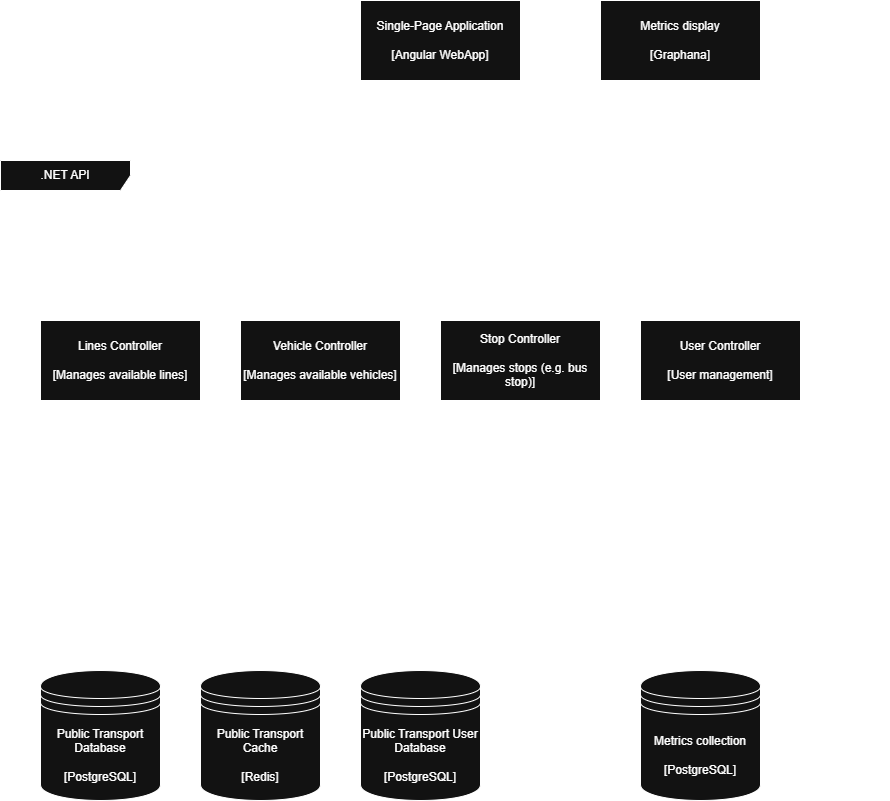
The draw.io diagram docs/images/ComponentDiagram.png in Noweli/public-transport-app, before a commit. Source tidied: cells renumbered, new cells last; positions are measured from the earlier drawing's top-left corner, leaving out a move shared by most shapes. The source it was exported from:
```xml
<mxGraphModel>
  <root>
    <mxCell id="0" />
    <mxCell id="1" parent="0" />
    <mxCell id="2" style="edgeStyle=orthogonalEdgeStyle;rounded=0;jettySize=auto;html=1;exitX=0.5;exitY=1;exitDx=0;exitDy=0;entryX=0.5;entryY=0;entryDx=0;entryDy=0;startArrow=classic;startFill=1;" parent="1" edge="1" source="6" target="9">
      <mxGeometry relative="1" as="geometry" />
    </mxCell>
    <mxCell id="3" style="edgeStyle=orthogonalEdgeStyle;rounded=0;jettySize=auto;html=1;exitX=0.5;exitY=1;exitDx=0;exitDy=0;entryX=0.5;entryY=0;entryDx=0;entryDy=0;startArrow=classic;startFill=1;" parent="1" edge="1" source="6" target="12">
      <mxGeometry relative="1" as="geometry" />
    </mxCell>
    <mxCell id="4" style="edgeStyle=orthogonalEdgeStyle;rounded=0;jettySize=auto;html=1;exitX=0.5;exitY=1;exitDx=0;exitDy=0;entryX=0.5;entryY=0;entryDx=0;entryDy=0;startArrow=classic;startFill=1;" parent="1" edge="1" source="6" target="15">
      <mxGeometry relative="1" as="geometry" />
    </mxCell>
    <mxCell id="5" style="edgeStyle=orthogonalEdgeStyle;rounded=0;jettySize=auto;html=1;exitX=0.5;exitY=1;exitDx=0;exitDy=0;entryX=0.5;entryY=0;entryDx=0;entryDy=0;startArrow=classic;startFill=1;" parent="1" edge="1" source="6" target="17">
      <mxGeometry relative="1" as="geometry" />
    </mxCell>
    <mxCell id="6" value="Single-Page Application&lt;div&gt;&lt;br&gt;&lt;/div&gt;&lt;div&gt;[Angular WebApp]&lt;/div&gt;" style="rounded=0;whiteSpace=wrap;html=1;" parent="1" vertex="1">
      <mxGeometry x="360" width="160" height="80" as="geometry" />
    </mxCell>
    <mxCell id="7" style="edgeStyle=orthogonalEdgeStyle;rounded=0;jettySize=auto;html=1;exitX=0.5;exitY=1;exitDx=0;exitDy=0;entryX=0.5;entryY=0;entryDx=0;entryDy=0;startArrow=classic;startFill=1;" parent="1" edge="1" source="9" target="19">
      <mxGeometry relative="1" as="geometry">
        <Array as="points">
          <mxPoint x="120" y="560" />
          <mxPoint x="100" y="560" />
        </Array>
      </mxGeometry>
    </mxCell>
    <mxCell id="8" style="edgeStyle=orthogonalEdgeStyle;rounded=0;jettySize=auto;html=1;exitX=0.75;exitY=1;exitDx=0;exitDy=0;entryX=0.5;entryY=0;entryDx=0;entryDy=0;startArrow=classic;startFill=1;" parent="1" edge="1" source="9" target="18">
      <mxGeometry relative="1" as="geometry">
        <Array as="points">
          <mxPoint x="160" y="520" />
          <mxPoint x="260" y="520" />
        </Array>
      </mxGeometry>
    </mxCell>
    <mxCell id="9" value="Lines Controller&lt;div&gt;&lt;br&gt;&lt;/div&gt;&lt;div&gt;[Manages available lines]&lt;/div&gt;" style="rounded=0;whiteSpace=wrap;html=1;" parent="1" vertex="1">
      <mxGeometry x="40" y="320" width="160" height="80" as="geometry" />
    </mxCell>
    <mxCell id="10" style="edgeStyle=orthogonalEdgeStyle;rounded=0;jettySize=auto;html=1;exitX=0.5;exitY=1;exitDx=0;exitDy=0;entryX=0.5;entryY=0;entryDx=0;entryDy=0;startArrow=classic;startFill=1;" parent="1" edge="1" source="12" target="19">
      <mxGeometry relative="1" as="geometry">
        <Array as="points">
          <mxPoint x="320" y="560" />
          <mxPoint x="100" y="560" />
        </Array>
      </mxGeometry>
    </mxCell>
    <mxCell id="11" style="edgeStyle=orthogonalEdgeStyle;rounded=0;jettySize=auto;html=1;exitX=0.75;exitY=1;exitDx=0;exitDy=0;entryX=0.5;entryY=0;entryDx=0;entryDy=0;startArrow=classic;startFill=1;" parent="1" edge="1" source="12" target="18">
      <mxGeometry relative="1" as="geometry">
        <Array as="points">
          <mxPoint x="360" y="520" />
          <mxPoint x="260" y="520" />
        </Array>
      </mxGeometry>
    </mxCell>
    <mxCell id="12" value="Vehicle Controller&lt;div&gt;&lt;br&gt;&lt;/div&gt;&lt;div&gt;[Manages available vehicles]&lt;/div&gt;" style="rounded=0;whiteSpace=wrap;html=1;" parent="1" vertex="1">
      <mxGeometry x="240" y="320" width="160" height="80" as="geometry" />
    </mxCell>
    <mxCell id="13" style="edgeStyle=orthogonalEdgeStyle;rounded=0;jettySize=auto;html=1;exitX=0.5;exitY=1;exitDx=0;exitDy=0;entryX=0.5;entryY=0;entryDx=0;entryDy=0;startArrow=classic;startFill=1;" parent="1" edge="1" source="15" target="19">
      <mxGeometry relative="1" as="geometry">
        <Array as="points">
          <mxPoint x="520" y="560" />
          <mxPoint x="100" y="560" />
        </Array>
      </mxGeometry>
    </mxCell>
    <mxCell id="14" style="edgeStyle=orthogonalEdgeStyle;rounded=0;jettySize=auto;html=1;exitX=0.25;exitY=1;exitDx=0;exitDy=0;entryX=0.5;entryY=0;entryDx=0;entryDy=0;startArrow=classic;startFill=1;" parent="1" edge="1" source="15" target="18">
      <mxGeometry relative="1" as="geometry">
        <Array as="points">
          <mxPoint x="480" y="520" />
          <mxPoint x="260" y="520" />
        </Array>
      </mxGeometry>
    </mxCell>
    <mxCell id="15" value="Stop Controller&lt;div&gt;&lt;br&gt;&lt;/div&gt;&lt;div&gt;[Manages stops (e.g. bus stop)]&lt;/div&gt;" style="rounded=0;whiteSpace=wrap;html=1;" parent="1" vertex="1">
      <mxGeometry x="440" y="320" width="160" height="80" as="geometry" />
    </mxCell>
    <mxCell id="16" style="edgeStyle=orthogonalEdgeStyle;rounded=0;jettySize=auto;html=1;exitX=0.5;exitY=1;exitDx=0;exitDy=0;entryX=0.5;entryY=0;entryDx=0;entryDy=0;" parent="1" edge="1" source="17" target="20">
      <mxGeometry relative="1" as="geometry">
        <Array as="points">
          <mxPoint x="720" y="600" />
          <mxPoint x="420" y="600" />
        </Array>
      </mxGeometry>
    </mxCell>
    <mxCell id="17" value="User Controller&lt;div&gt;&lt;br&gt;&lt;/div&gt;&lt;div&gt;[User management]&lt;/div&gt;" style="rounded=0;whiteSpace=wrap;html=1;" parent="1" vertex="1">
      <mxGeometry x="640" y="320" width="160" height="80" as="geometry" />
    </mxCell>
    <mxCell id="18" value="Public Transport Cache&lt;div&gt;&lt;br&gt;&lt;/div&gt;&lt;div&gt;[Redis]&lt;/div&gt;" style="shape=datastore;whiteSpace=wrap;html=1;" parent="1" vertex="1">
      <mxGeometry x="200" y="670" width="120" height="130" as="geometry" />
    </mxCell>
    <mxCell id="19" value="Public Transport Database&lt;div&gt;&lt;br&gt;&lt;/div&gt;&lt;div&gt;[PostgreSQL]&lt;/div&gt;" style="shape=datastore;whiteSpace=wrap;html=1;" parent="1" vertex="1">
      <mxGeometry x="40" y="670" width="120" height="130" as="geometry" />
    </mxCell>
    <mxCell id="20" value="Public Transport User Database&lt;div&gt;&lt;br&gt;&lt;/div&gt;&lt;div&gt;[PostgreSQL]&lt;/div&gt;" style="shape=datastore;whiteSpace=wrap;html=1;" parent="1" vertex="1">
      <mxGeometry x="360" y="670" width="120" height="130" as="geometry" />
    </mxCell>
    <mxCell id="21" style="edgeStyle=orthogonalEdgeStyle;rounded=0;jettySize=auto;html=1;exitX=1;exitY=0.5;exitDx=0;exitDy=0;entryX=1;entryY=0.5;entryDx=0;entryDy=0;" parent="1" edge="1" source="22" target="23">
      <mxGeometry relative="1" as="geometry">
        <Array as="points">
          <mxPoint x="880" y="735" />
          <mxPoint x="880" y="40" />
        </Array>
      </mxGeometry>
    </mxCell>
    <mxCell id="22" value="Metrics collection&lt;div&gt;&lt;br&gt;&lt;/div&gt;&lt;div&gt;[PostgreSQL]&lt;/div&gt;" style="shape=datastore;whiteSpace=wrap;html=1;" parent="1" vertex="1">
      <mxGeometry x="640" y="670" width="120" height="130" as="geometry" />
    </mxCell>
    <mxCell id="23" value="Metrics display&lt;div&gt;&lt;br&gt;&lt;/div&gt;&lt;div&gt;[Graphana]&lt;/div&gt;" style="rounded=0;whiteSpace=wrap;html=1;" parent="1" vertex="1">
      <mxGeometry x="600" width="160" height="80" as="geometry" />
    </mxCell>
    <mxCell id="24" value=".NET API" style="shape=umlFrame;whiteSpace=wrap;html=1;width=130;height=30;" parent="1" vertex="1">
      <mxGeometry y="160" width="840" height="280" as="geometry" />
    </mxCell>
    <mxCell id="25" style="edgeStyle=orthogonalEdgeStyle;rounded=0;jettySize=auto;html=1;exitX=0.5;exitY=0;exitDx=0;exitDy=0;entryX=0.906;entryY=1.016;entryDx=0;entryDy=0;entryPerimeter=0;startArrow=classic;startFill=1;endArrow=none;endFill=0;" parent="1" edge="1" source="22" target="24">
      <mxGeometry relative="1" as="geometry">
        <Array as="points">
          <mxPoint x="700" y="620" />
          <mxPoint x="761" y="620" />
        </Array>
      </mxGeometry>
    </mxCell>
  </root>
</mxGraphModel>
```
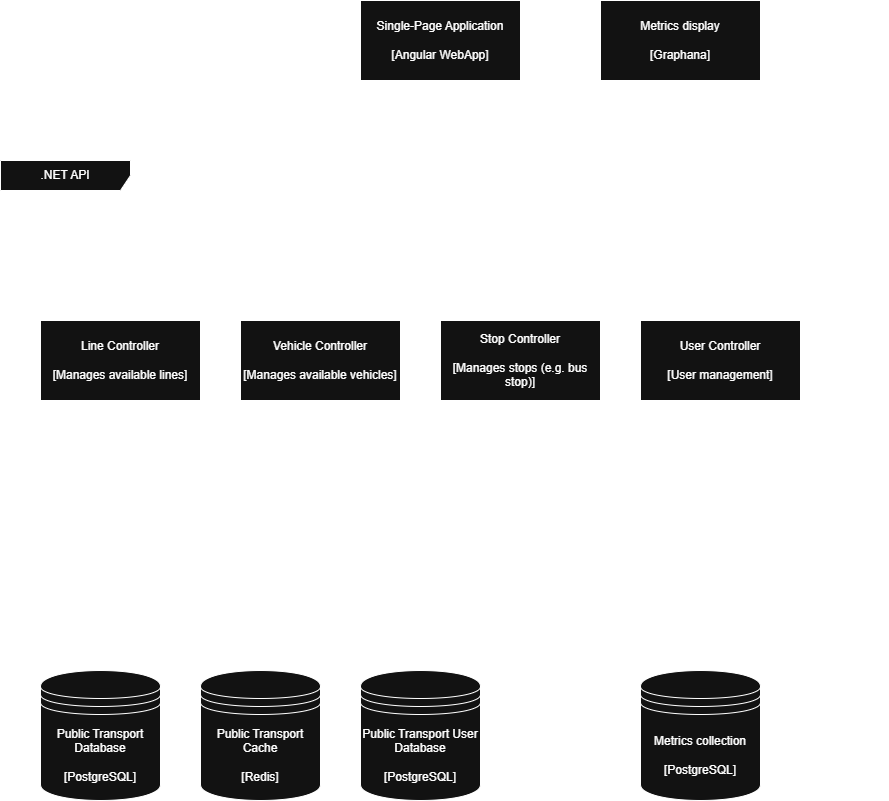
After the commit.

Commit message:
Line controller diagram

Change to the diagram source:
```diff
@@ -33,7 +33,7 @@
         </Array>
       </mxGeometry>
     </mxCell>
-    <mxCell id="9" value="Lines Controller&lt;div&gt;&lt;br&gt;&lt;/div&gt;&lt;div&gt;[Manages available lines]&lt;/div&gt;" style="rounded=0;whiteSpace=wrap;html=1;" parent="1" vertex="1">
+    <mxCell id="9" value="Line Controller&lt;div&gt;&lt;br&gt;&lt;/div&gt;&lt;div&gt;[Manages available lines]&lt;/div&gt;" style="rounded=0;whiteSpace=wrap;html=1;" parent="1" vertex="1">
       <mxGeometry x="40" y="320" width="160" height="80" as="geometry" />
     </mxCell>
     <mxCell id="10" style="edgeStyle=orthogonalEdgeStyle;rounded=0;jettySize=auto;html=1;exitX=0.5;exitY=1;exitDx=0;exitDy=0;entryX=0.5;entryY=0;entryDx=0;entryDy=0;startArrow=classic;startFill=1;" parent="1" edge="1" source="12" target="19">
```
